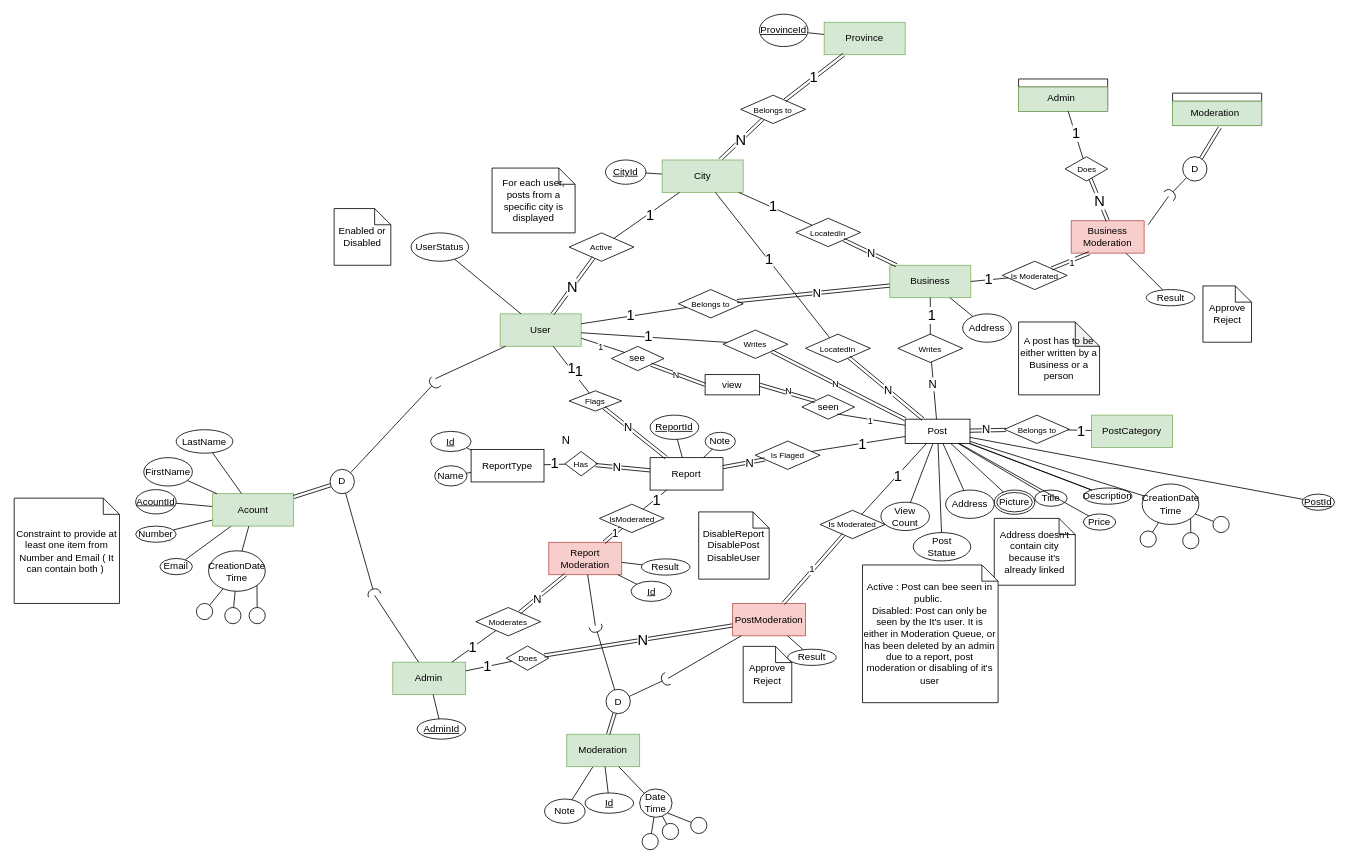
Before: Project.drawio in khebrati/HamsellDatabase, a draw.io diagram. Source tidied: cells renumbered, new cells numbered last; positions are measured from the earlier drawing's top-left corner, leaving out a move shared by most shapes. Both pictures are drawn from the tidied source at 81%, with x=0, y=0 at pixel (14, 14).
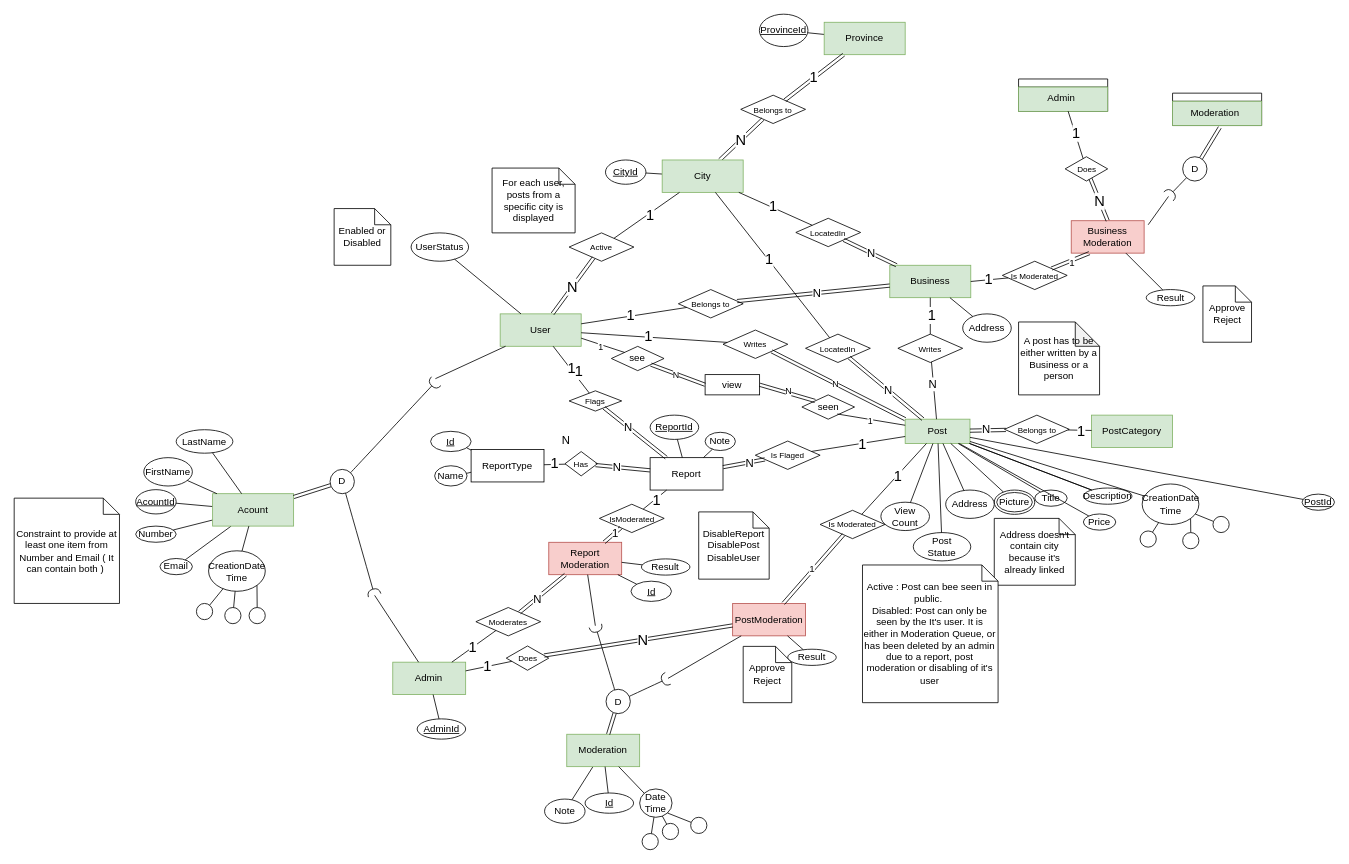
After the change.

Commit message (it also covers changes not shown here):
View table added

Change to the diagram source:
```diff
@@
-    <mxCell id="5" value="Post" style="whiteSpace=wrap;html=1;align=center;" parent="1" vertex="1">
+    <mxCell id="5" value="Post" style="whiteSpace=wrap;html=1;align=center;fillColor=#d5e8d4;strokeColor=#82b366;" parent="1" vertex="1">
       <mxGeometry x="1100" y="500" width="80" height="30" as="geometry" />
     </mxCell>
```
